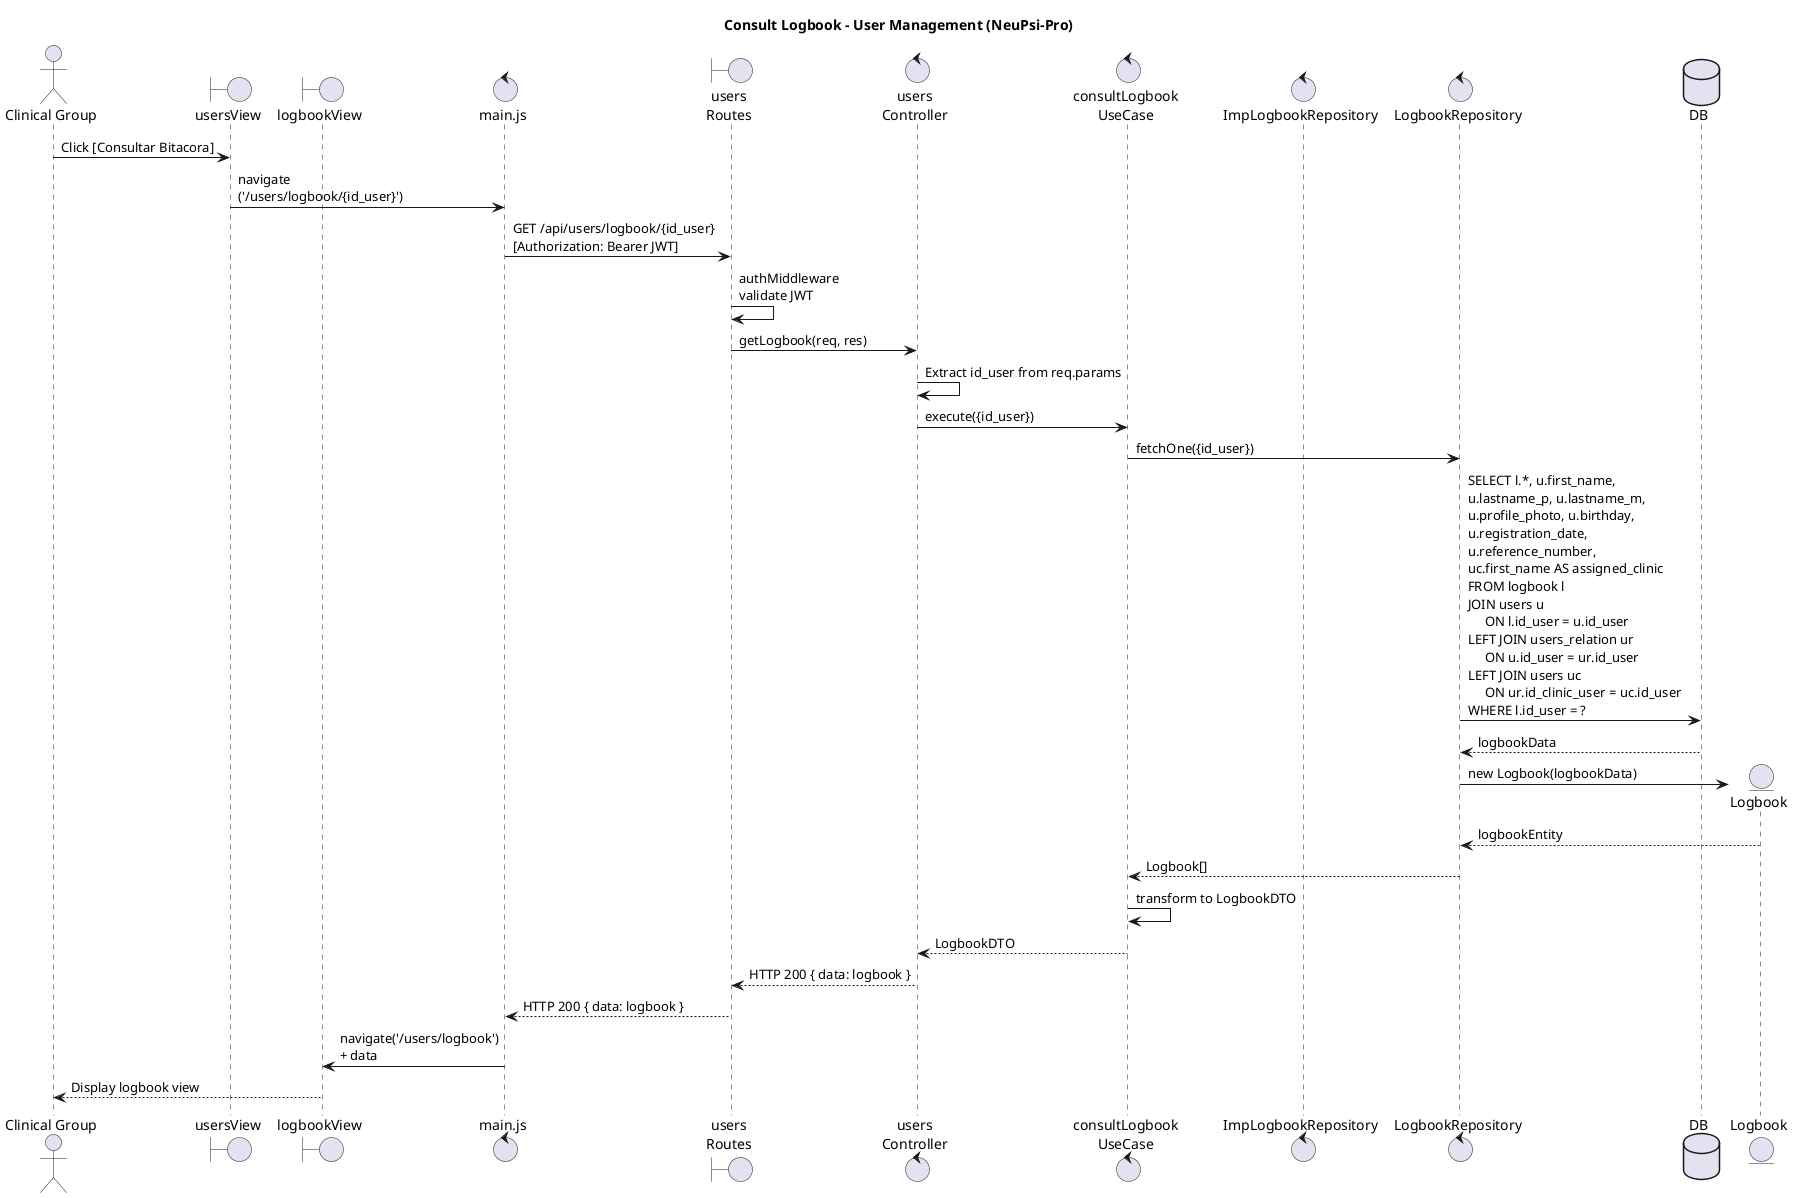
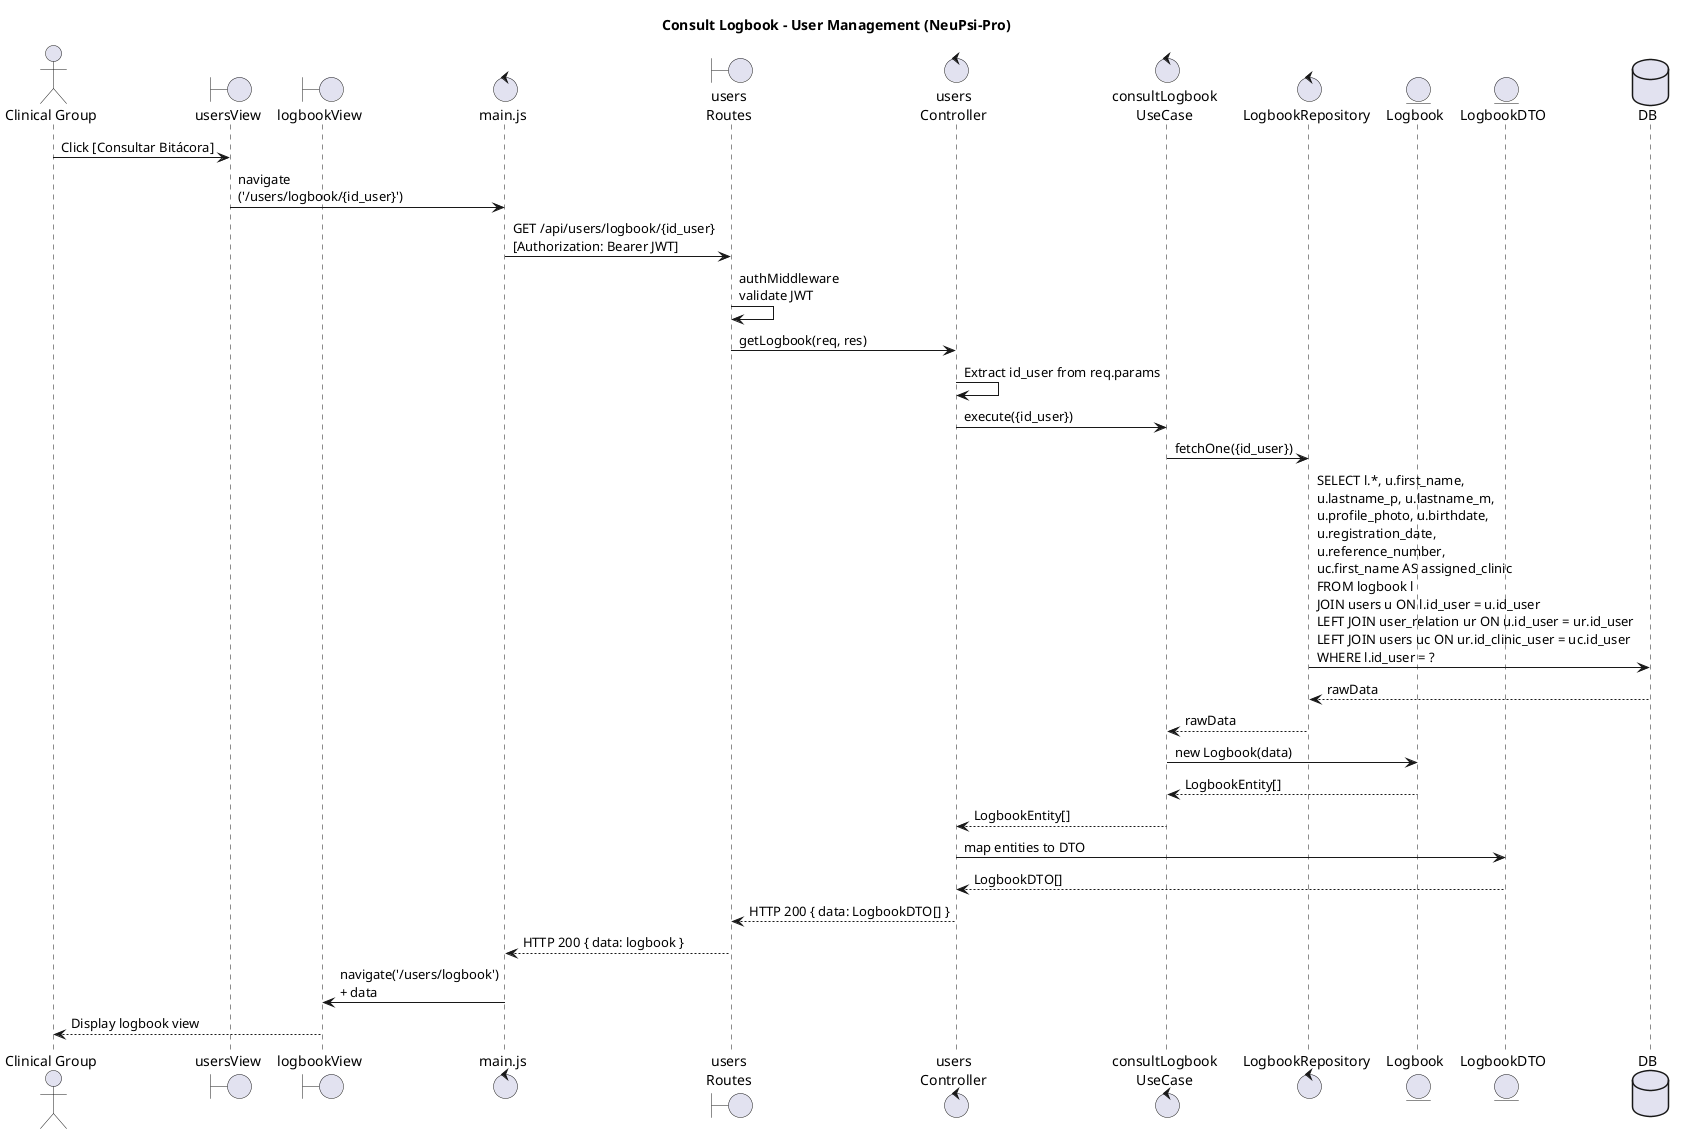
@startuml GU04 Consult-Logbook

title Consult Logbook - User Management (NeuPsi-Pro)

actor "Clinical Group" as CG

boundary "usersView" as VUsers
boundary "logbookView" as VLog
control "main.js" as MAIN
boundary "users\nRoutes" as ROUTE
control "users\nController" as CTRL
control "consultLogbook\nUseCase" as UC
- control "ImpLogbookRepository" as REPO
- control "LogbookRepository" as IREPO
+ control "LogbookRepository" as REPO
+ entity "Logbook" as ENT
+ entity "LogbookDTO" as DTO
database DB

- CG -> VUsers : Click [Consultar Bitacora]
+ CG -> VUsers : Click [Consultar Bitácora]
VUsers -> MAIN : navigate\n('/users/logbook/{id_user}')

MAIN -> ROUTE : GET /api/users/logbook/{id_user}\n[Authorization: Bearer JWT]

ROUTE -> ROUTE : authMiddleware\nvalidate JWT
ROUTE -> CTRL : getLogbook(req, res)

CTRL -> CTRL : Extract id_user from req.params

CTRL -> UC : execute({id_user})

- UC -> IREPO : fetchOne({id_user})
+ UC -> REPO : fetchOne({id_user})

- IREPO -> DB : SELECT l.*, u.first_name, \nu.lastname_p, u.lastname_m, \nu.profile_photo, u.birthday, \nu.registration_date, \nu.reference_number, \nuc.first_name AS assigned_clinic \nFROM logbook l \nJOIN users u \n     ON l.id_user = u.id_user \nLEFT JOIN users_relation ur \n     ON u.id_user = ur.id_user \nLEFT JOIN users uc \n     ON ur.id_clinic_user = uc.id_user \nWHERE l.id_user = ?
+ REPO -> DB : SELECT l.*, u.first_name,\nu.lastname_p, u.lastname_m,\nu.profile_photo, u.birthdate,\nu.registration_date,\nu.reference_number,\nuc.first_name AS assigned_clinic\nFROM logbook l\nJOIN users u ON l.id_user = u.id_user\nLEFT JOIN user_relation ur ON u.id_user = ur.id_user\nLEFT JOIN users uc ON ur.id_clinic_user = uc.id_user\nWHERE l.id_user = ?

- DB --> IREPO : logbookData
+ DB --> REPO : rawData

- create entity "Logbook" as ENT
- IREPO -> ENT : new Logbook(logbookData)
- ENT --> IREPO : logbookEntity
+ REPO --> UC : rawData

- IREPO --> UC : Logbook[]
+ UC -> ENT : new Logbook(data)
+ ENT --> UC : LogbookEntity[]

- UC -> UC : transform to LogbookDTO
- UC --> CTRL : LogbookDTO
+ UC --> CTRL : LogbookEntity[]

- CTRL --> ROUTE : HTTP 200 { data: logbook }
+ CTRL -> DTO : map entities to DTO
+ DTO --> CTRL : LogbookDTO[]
+ 
+ CTRL --> ROUTE : HTTP 200 { data: LogbookDTO[] }

ROUTE --> MAIN : HTTP 200 { data: logbook }

MAIN -> VLog : navigate('/users/logbook')\n+ data

VLog --> CG : Display logbook view

@enduml